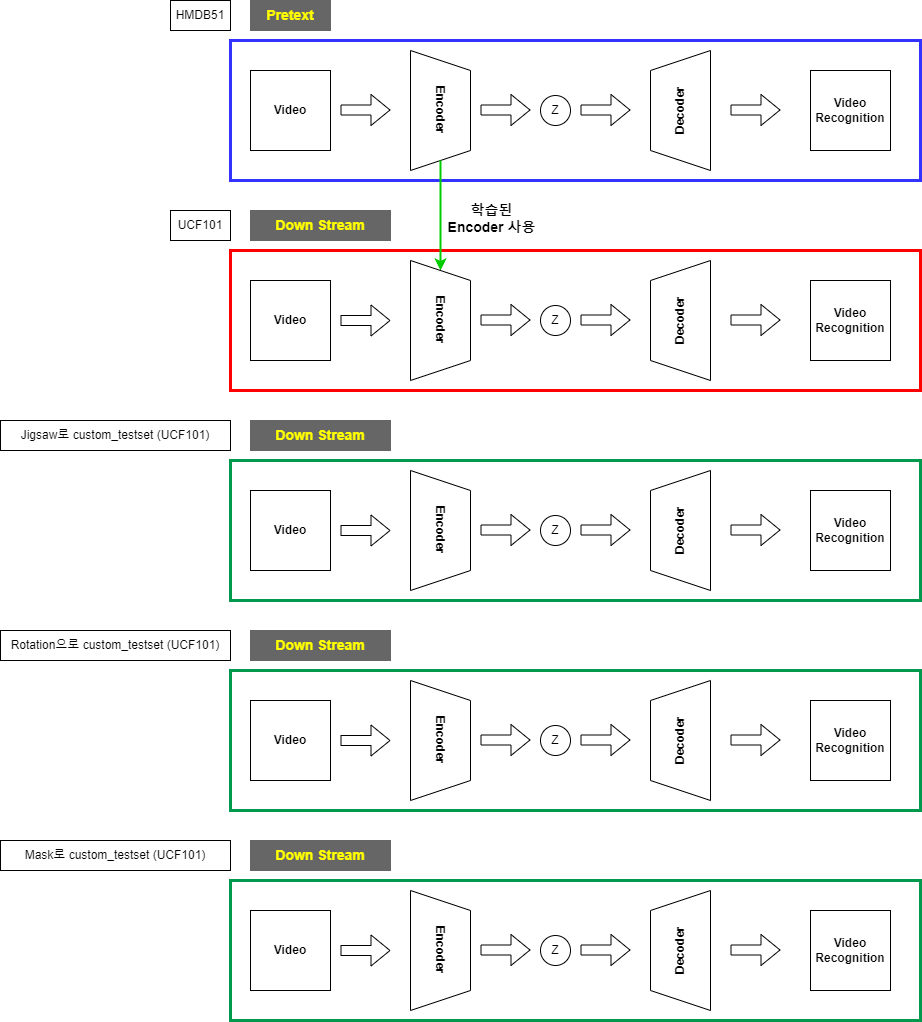
The draw.io diagram 연구주제.drawio.png in Kyoungrae-Noh/Self-Supervised-Learning, before a commit. Source tidied: cells renumbered, new cells last; positions are measured from the earlier drawing's top-left corner, leaving out a move shared by most shapes.
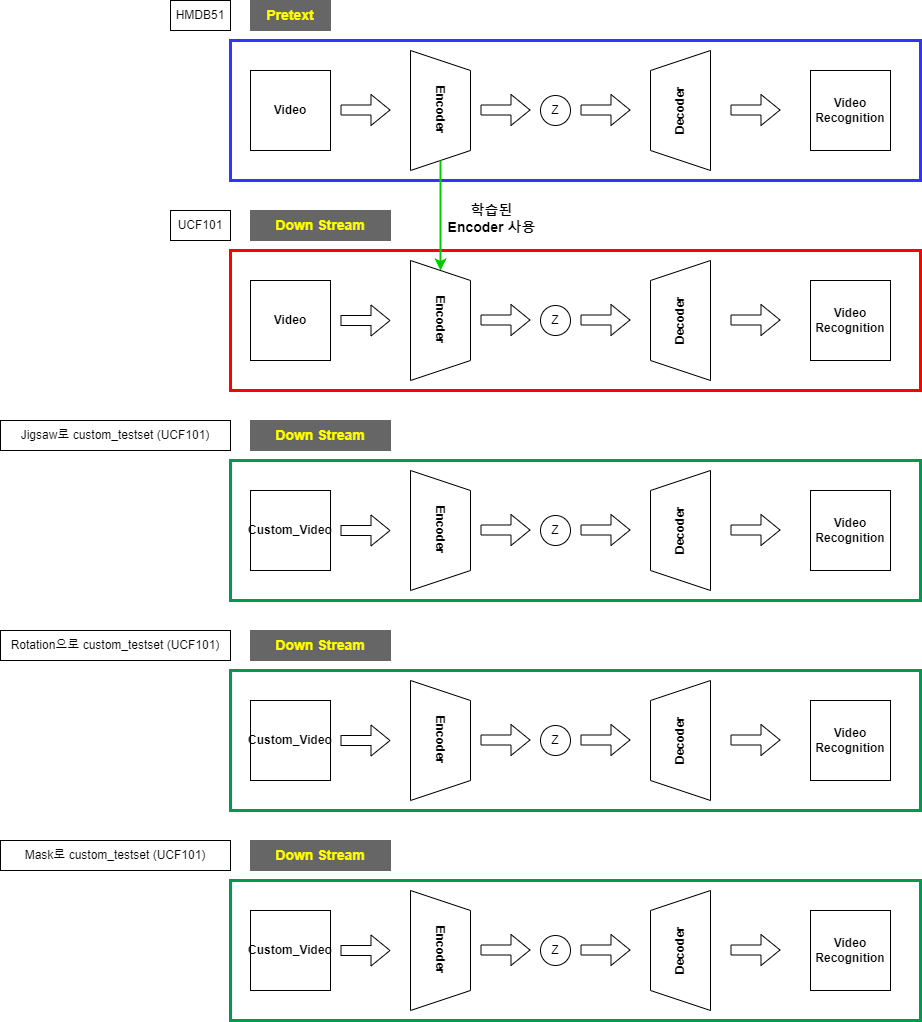
After the commit.

Commit message:
연구주제.drawio.png 업데이트

Change to the diagram source:
```diff
@@ -138,7 +138,7 @@
     <mxCell id="37" value="&lt;b&gt;Encoder&lt;/b&gt;" style="shape=trapezoid;perimeter=trapezoidPerimeter;whiteSpace=wrap;html=1;fixedSize=1;rotation=90;" parent="1" vertex="1">
       <mxGeometry x="380" y="500" width="120" height="60" as="geometry" />
     </mxCell>
-    <mxCell id="38" value="&lt;b&gt;Video&lt;/b&gt;" style="whiteSpace=wrap;html=1;" parent="1" vertex="1">
+    <mxCell id="38" value="&lt;b&gt;Custom_Video&lt;br&gt;&lt;/b&gt;" style="whiteSpace=wrap;html=1;" parent="1" vertex="1">
       <mxGeometry x="250" y="490" width="80" height="80" as="geometry" />
     </mxCell>
     <mxCell id="39" style="shape=flexArrow;endArrow=classic;html=1;rounded=0;fillColor=#FFFFFF;" parent="1" edge="1">
@@ -177,7 +177,7 @@
     <mxCell id="46" value="&lt;b&gt;Encoder&lt;/b&gt;" style="shape=trapezoid;perimeter=trapezoidPerimeter;whiteSpace=wrap;html=1;fixedSize=1;rotation=90;" parent="1" vertex="1">
       <mxGeometry x="380" y="710" width="120" height="60" as="geometry" />
     </mxCell>
-    <mxCell id="47" value="&lt;b&gt;Video&lt;/b&gt;" style="whiteSpace=wrap;html=1;" parent="1" vertex="1">
+    <mxCell id="47" value="&lt;b&gt;Custom_Video&lt;/b&gt;" style="whiteSpace=wrap;html=1;" parent="1" vertex="1">
       <mxGeometry x="250" y="700" width="80" height="80" as="geometry" />
     </mxCell>
     <mxCell id="48" style="shape=flexArrow;endArrow=classic;html=1;rounded=0;fillColor=#FFFFFF;" parent="1" edge="1">
@@ -216,7 +216,7 @@
     <mxCell id="55" value="&lt;b&gt;Encoder&lt;/b&gt;" style="shape=trapezoid;perimeter=trapezoidPerimeter;whiteSpace=wrap;html=1;fixedSize=1;rotation=90;" parent="1" vertex="1">
       <mxGeometry x="380" y="920" width="120" height="60" as="geometry" />
     </mxCell>
-    <mxCell id="56" value="&lt;b&gt;Video&lt;/b&gt;" style="whiteSpace=wrap;html=1;" parent="1" vertex="1">
+    <mxCell id="56" value="&lt;b&gt;Custom_Video&lt;/b&gt;" style="whiteSpace=wrap;html=1;" parent="1" vertex="1">
       <mxGeometry x="250" y="910" width="80" height="80" as="geometry" />
     </mxCell>
     <mxCell id="57" style="shape=flexArrow;endArrow=classic;html=1;rounded=0;fillColor=#FFFFFF;" parent="1" edge="1">
```
